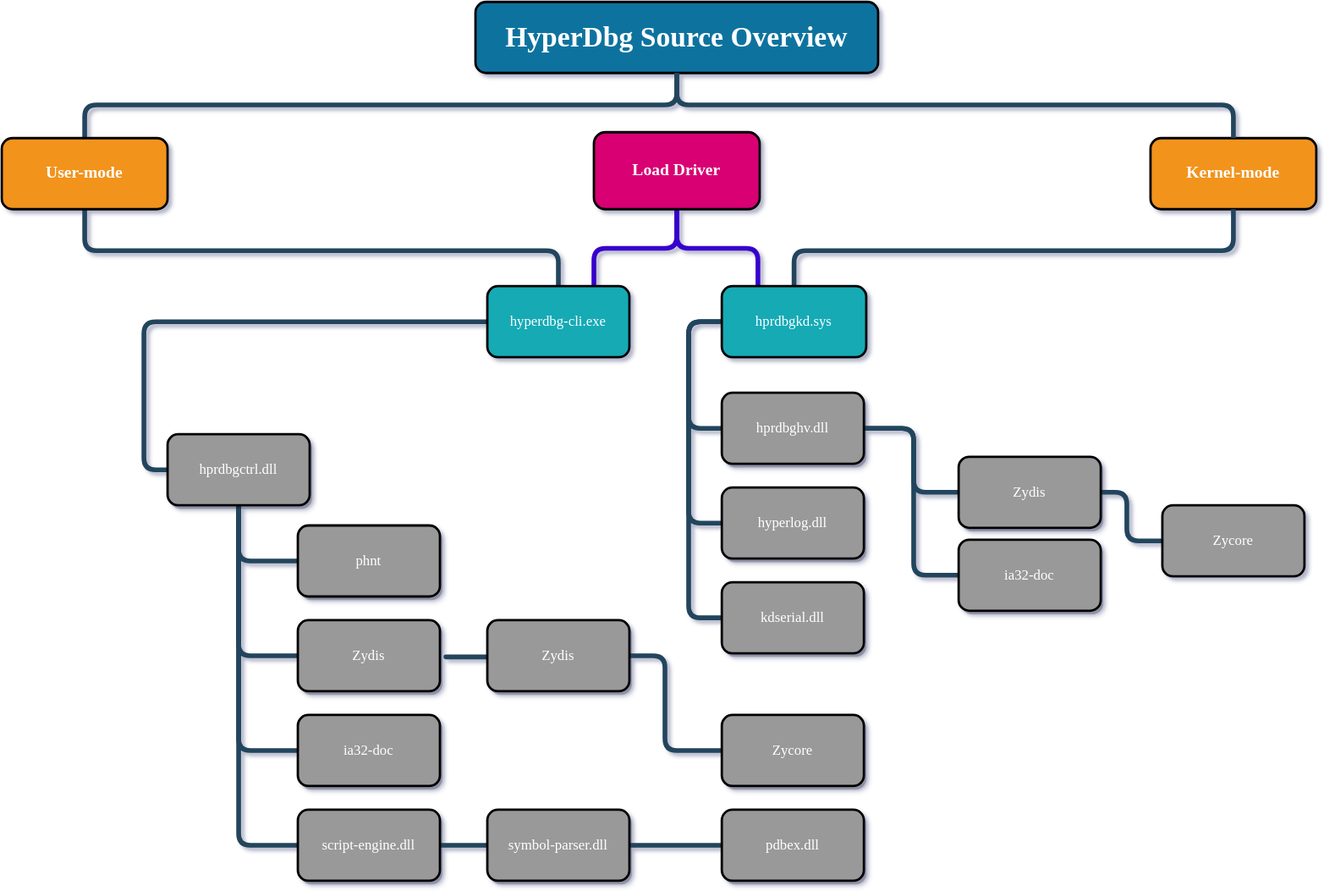
Above: Diagrams/source-tree/source-tree.svg in HyperDbg/graphics (draw.io), before the change. Source tidied: cells renumbered, new cells last; positions are measured from the earlier drawing's top-left corner, leaving out a move shared by most shapes.
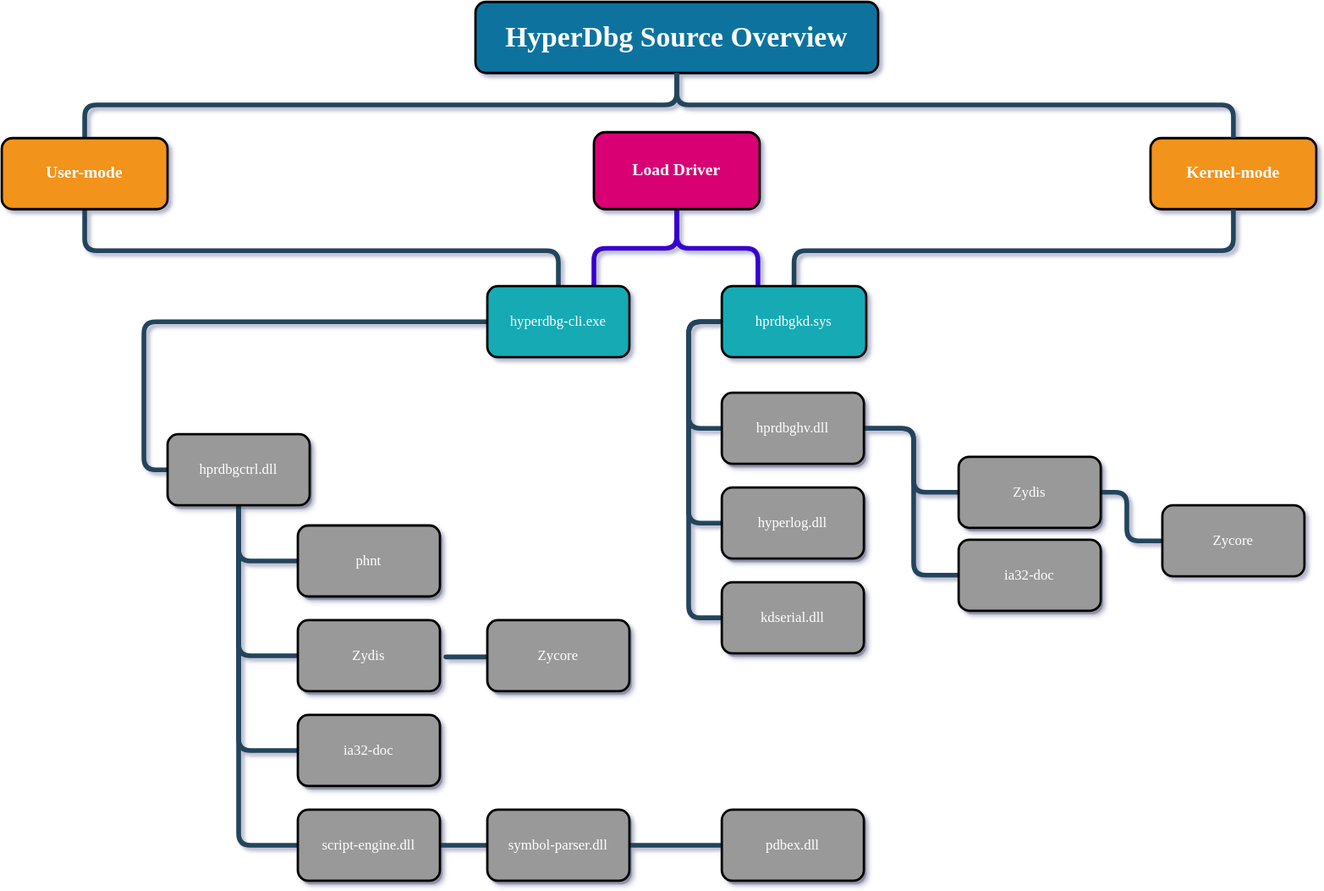
After the change.

Commit message:
update source tree

Diff of the diagram source:
```diff
@@ -187,17 +187,6 @@
         </Array>
       </mxGeometry>
     </mxCell>
-    <mxCell id="38" value="Zycore" style="whiteSpace=wrap;rounded=1;fillColor=#999999;strokeColor=none;shadow=1;fontColor=#FFFFFF;fontStyle=0;fontFamily=Verdana;" parent="1" vertex="1">
-      <mxGeometry x="698" y="602" width="120" height="60" as="geometry" />
-    </mxCell>
-    <mxCell id="39" style="edgeStyle=elbowEdgeStyle;elbow=horizontal;rounded=1;fontColor=#000000;endArrow=none;endFill=0;strokeWidth=4;strokeColor=#23445D;exitX=1;exitY=0.5;exitDx=0;exitDy=0;entryX=0;entryY=0.5;entryDx=0;entryDy=0;fontFamily=Verdana;" parent="1" edge="1" source="35" target="38">
-      <mxGeometry relative="1" as="geometry">
-        <Array as="points">
-          <mxPoint x="650" y="590" />
-          <mxPoint x="764" y="663" />
-        </Array>
-      </mxGeometry>
-    </mxCell>
     <mxCell id="40" style="edgeStyle=elbowEdgeStyle;elbow=vertical;rounded=1;fontColor=#000000;endArrow=none;endFill=0;strokeWidth=4;strokeColor=#23445D;fontFamily=Verdana;" parent="1" edge="1">
       <mxGeometry relative="1" as="geometry">
         <mxPoint x="490" y="553" as="sourcePoint" />
@@ -235,9 +224,6 @@
     <mxCell id="49" value="kdserial.dll" style="whiteSpace=wrap;rounded=1;fillColor=#999999;strokeColor=default;shadow=0;fontColor=#FFFFFF;fontStyle=0;fontFamily=Verdana;" parent="1" vertex="1">
       <mxGeometry x="698" y="490" width="120" height="60" as="geometry" />
     </mxCell>
-    <mxCell id="50" value="Zycore" style="whiteSpace=wrap;rounded=1;fillColor=#999999;strokeColor=default;shadow=0;fontColor=#FFFFFF;fontStyle=0;fontFamily=Verdana;" parent="1" vertex="1">
-      <mxGeometry x="698" y="602" width="120" height="60" as="geometry" />
-    </mxCell>
     <mxCell id="51" value="pdbex.dll" style="whiteSpace=wrap;rounded=1;fillColor=#999999;strokeColor=default;shadow=0;fontColor=#FFFFFF;fontStyle=0;fontFamily=Verdana;" parent="1" vertex="1">
       <mxGeometry x="698" y="682" width="120" height="60" as="geometry" />
     </mxCell>
@@ -265,9 +251,6 @@
     <mxCell id="59" value="symbol-parser.dll" style="whiteSpace=wrap;rounded=1;fillColor=#999999;strokeColor=default;shadow=0;fontColor=#FFFFFF;fontStyle=0;fontFamily=Verdana;" parent="1" vertex="1">
       <mxGeometry x="500" y="682" width="120" height="60" as="geometry" />
     </mxCell>
-    <mxCell id="60" value="Zycore" style="whiteSpace=wrap;rounded=1;fillColor=#999999;strokeColor=default;shadow=0;fontColor=#FFFFFF;fontStyle=0;fontFamily=Verdana;" parent="1" vertex="1">
-      <mxGeometry x="698" y="602" width="120" height="60" as="geometry" />
-    </mxCell>
     <mxCell id="61" value="pdbex.dll" style="whiteSpace=wrap;rounded=1;fillColor=#999999;strokeColor=default;shadow=0;fontColor=#FFFFFF;fontStyle=0;fontFamily=Verdana;" parent="1" vertex="1">
       <mxGeometry x="698" y="682" width="120" height="60" as="geometry" />
     </mxCell>
@@ -304,9 +287,6 @@
     <mxCell id="72" value="symbol-parser.dll" style="whiteSpace=wrap;rounded=1;fillColor=#999999;strokeColor=default;shadow=0;fontColor=#FFFFFF;fontStyle=0;fontFamily=Verdana;strokeWidth=2;" parent="1" vertex="1">
       <mxGeometry x="500" y="682" width="120" height="60" as="geometry" />
     </mxCell>
-    <mxCell id="73" value="Zycore" style="whiteSpace=wrap;rounded=1;fillColor=#999999;strokeColor=default;shadow=0;fontColor=#FFFFFF;fontStyle=0;fontFamily=Verdana;strokeWidth=2;" parent="1" vertex="1">
-      <mxGeometry x="698" y="602" width="120" height="60" as="geometry" />
-    </mxCell>
     <mxCell id="74" value="pdbex.dll" style="whiteSpace=wrap;rounded=1;fillColor=#999999;strokeColor=default;shadow=0;fontColor=#FFFFFF;fontStyle=0;fontFamily=Verdana;strokeWidth=2;" parent="1" vertex="1">
       <mxGeometry x="698" y="682" width="120" height="60" as="geometry" />
     </mxCell>
@@ -319,7 +299,7 @@
     <mxCell id="77" value="Zydis" style="whiteSpace=wrap;rounded=1;fillColor=#999999;strokeColor=default;shadow=0;fontColor=#FFFFFF;fontStyle=0;fontFamily=Verdana;strokeWidth=2;" parent="1" vertex="1">
       <mxGeometry x="340" y="522" width="120" height="60" as="geometry" />
     </mxCell>
-    <mxCell id="78" value="Zydis" style="whiteSpace=wrap;rounded=1;fillColor=#999999;strokeColor=default;shadow=0;fontColor=#FFFFFF;fontStyle=0;fontFamily=Verdana;strokeWidth=2;" parent="1" vertex="1">
+    <mxCell id="78" value="Zycore" style="whiteSpace=wrap;rounded=1;fillColor=#999999;strokeColor=default;shadow=0;fontColor=#FFFFFF;fontStyle=0;fontFamily=Verdana;strokeWidth=2;" parent="1" vertex="1">
       <mxGeometry x="500" y="522" width="120" height="60" as="geometry" />
     </mxCell>
     <mxCell id="79" value="phnt" style="whiteSpace=wrap;rounded=1;fillColor=#999999;strokeColor=default;shadow=0;fontColor=#FFFFFF;fontStyle=0;fontFamily=Verdana;strokeWidth=2;" parent="1" vertex="1">
```
